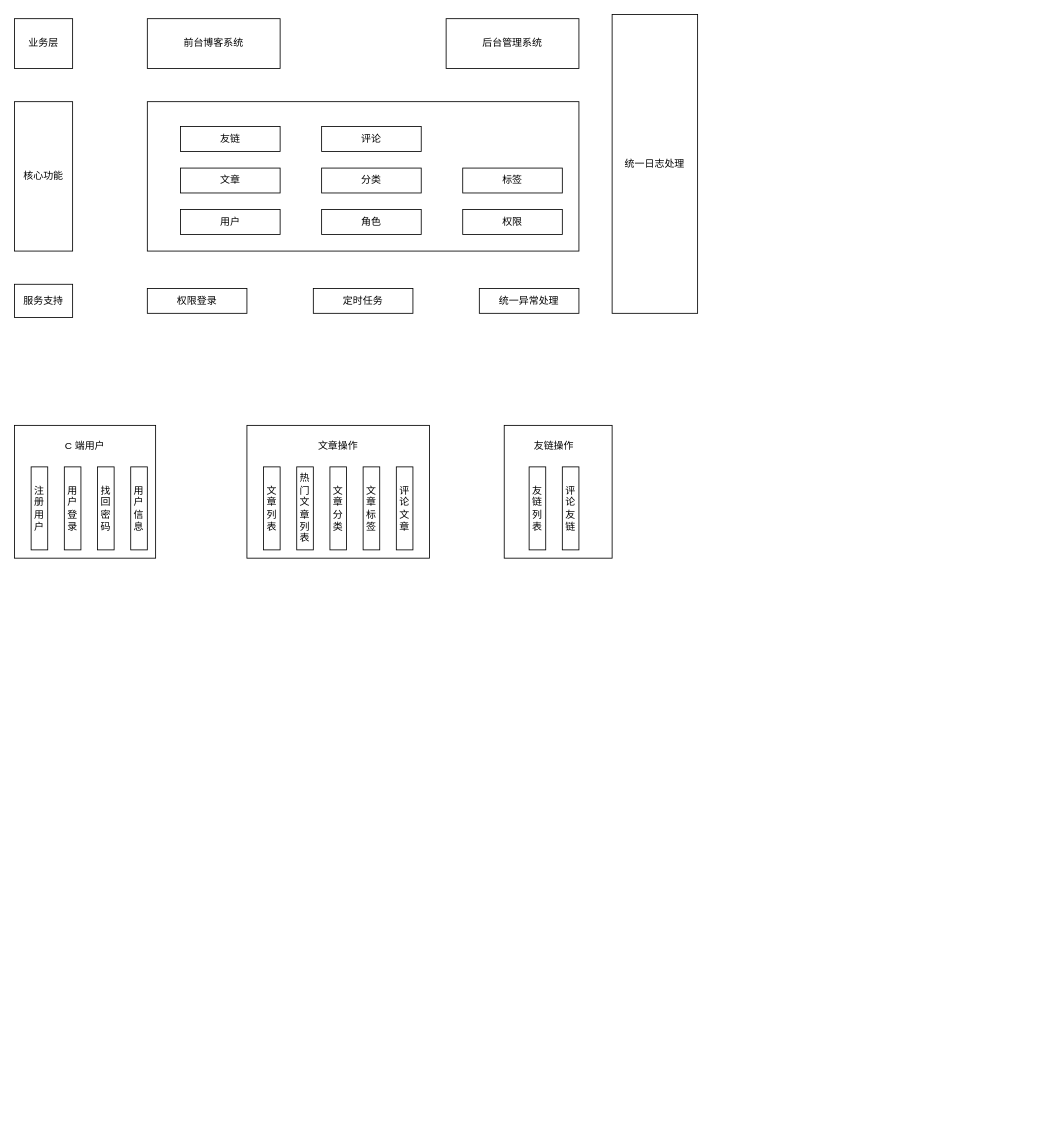
mayating/drawio-files keeps this draw.io diagram as myblog.drawio. Above is the earlier version. Source tidied: cells renumbered, new cells numbered last; positions are measured from the earlier drawing's top-left corner, leaving out a move shared by most shapes. Both pictures are drawn from the tidied source at 83%, with x=0, y=0 at pixel (14, 14).
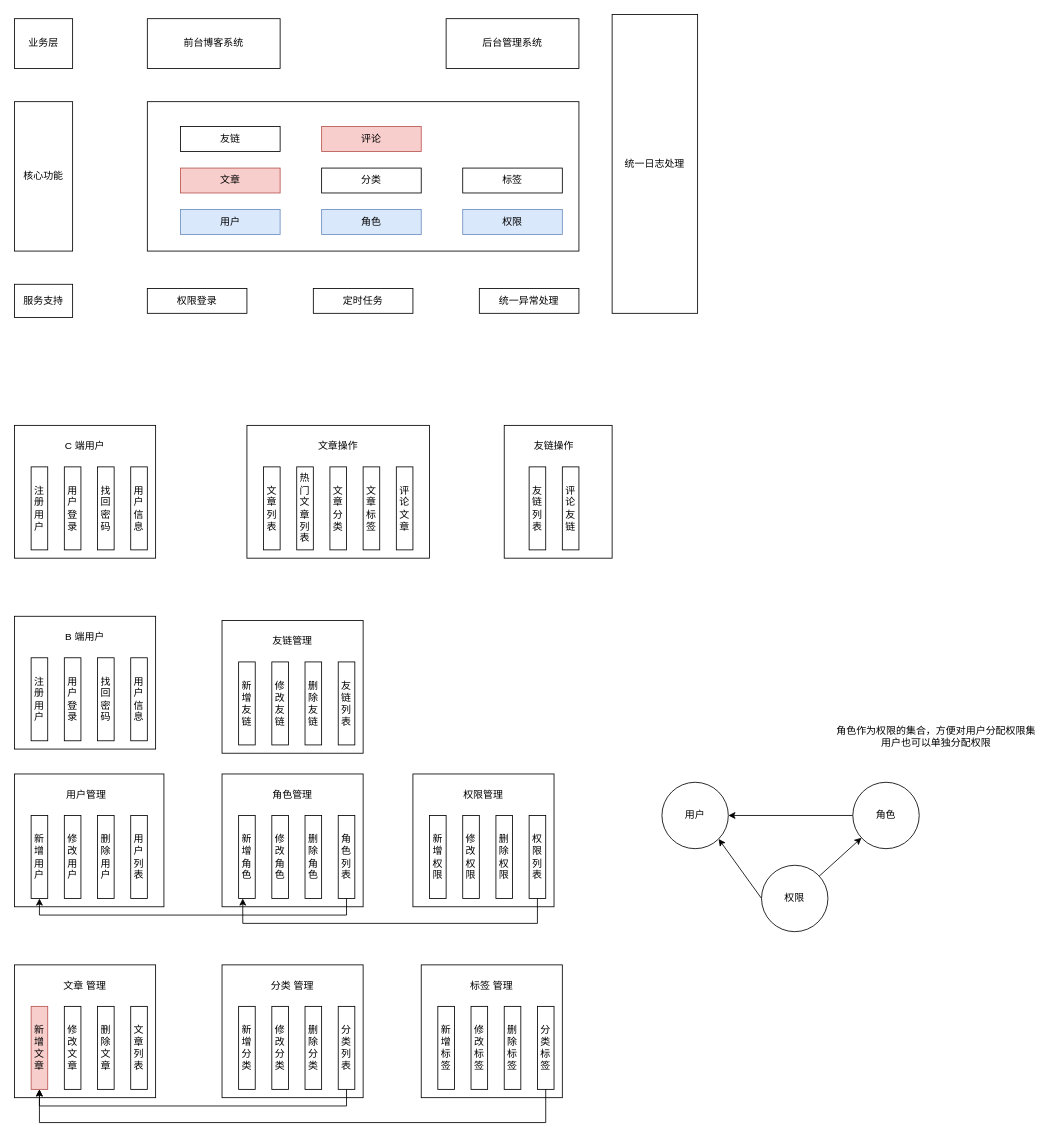
Above is the later version.

Diff of the diagram source:
```diff
@@
-    <mxCell id="6" value="用户" style="rounded=0;whiteSpace=wrap;html=1;" parent="1" vertex="1">
+    <mxCell id="6" value="用户" style="rounded=0;whiteSpace=wrap;html=1;fillColor=#dae8fc;strokeColor=#6c8ebf;" parent="1" vertex="1">
       <mxGeometry x="200" y="235" width="120" height="30" as="geometry" />
     </mxCell>
-    <mxCell id="7" value="角色" style="rounded=0;whiteSpace=wrap;html=1;" parent="1" vertex="1">
+    <mxCell id="7" value="角色" style="rounded=0;whiteSpace=wrap;html=1;fillColor=#dae8fc;strokeColor=#6c8ebf;" parent="1" vertex="1">
       <mxGeometry x="370" y="235" width="120" height="30" as="geometry" />
     </mxCell>
-    <mxCell id="8" value="权限" style="rounded=0;whiteSpace=wrap;html=1;" parent="1" vertex="1">
+    <mxCell id="8" value="权限" style="rounded=0;whiteSpace=wrap;html=1;fillColor=#dae8fc;strokeColor=#6c8ebf;" parent="1" vertex="1">
       <mxGeometry x="540" y="235" width="120" height="30" as="geometry" />
     </mxCell>
-    <mxCell id="9" value="文章" style="rounded=0;whiteSpace=wrap;html=1;" parent="1" vertex="1">
+    <mxCell id="9" value="文章" style="rounded=0;whiteSpace=wrap;html=1;fillColor=#f8cecc;strokeColor=#b85450;" parent="1" vertex="1">
       <mxGeometry x="200" y="185" width="120" height="30" as="geometry" />
     </mxCell>
@@
-    <mxCell id="13" value="评论" style="rounded=0;whiteSpace=wrap;html=1;" parent="1" vertex="1">
+    <mxCell id="13" value="评论" style="rounded=0;whiteSpace=wrap;html=1;fillColor=#f8cecc;strokeColor=#b85450;" parent="1" vertex="1">
       <mxGeometry x="370" y="135" width="120" height="30" as="geometry" />
     </mxCell>
@@
+    <mxCell id="37" style="rounded=0;whiteSpace=wrap;html=1;" parent="1" vertex="1">
+      <mxGeometry y="725" width="170" height="160" as="geometry" />
+    </mxCell>
+    <mxCell id="38" value="注册用户" style="rounded=0;whiteSpace=wrap;html=1;" parent="1" vertex="1">
+      <mxGeometry x="20" y="775" width="20" height="100" as="geometry" />
+    </mxCell>
+    <mxCell id="39" value="用户登录" style="rounded=0;whiteSpace=wrap;html=1;" parent="1" vertex="1">
+      <mxGeometry x="60" y="775" width="20" height="100" as="geometry" />
+    </mxCell>
+    <mxCell id="40" value="找回密码" style="rounded=0;whiteSpace=wrap;html=1;" parent="1" vertex="1">
+      <mxGeometry x="100" y="775" width="20" height="100" as="geometry" />
+    </mxCell>
+    <mxCell id="41" value="用户信息" style="rounded=0;whiteSpace=wrap;html=1;" parent="1" vertex="1">
+      <mxGeometry x="140" y="775" width="20" height="100" as="geometry" />
+    </mxCell>
+    <mxCell id="42" value="B 端用户" style="text;html=1;strokeColor=none;fillColor=none;align=center;verticalAlign=middle;whiteSpace=wrap;rounded=0;" parent="1" vertex="1">
+      <mxGeometry x="55" y="735" width="60" height="30" as="geometry" />
+    </mxCell>
+    <mxCell id="43" style="rounded=0;whiteSpace=wrap;html=1;" parent="1" vertex="1">
+      <mxGeometry y="915" width="180" height="160" as="geometry" />
+    </mxCell>
+    <mxCell id="44" value="新增用户" style="rounded=0;whiteSpace=wrap;html=1;" parent="1" vertex="1">
+      <mxGeometry x="20" y="965" width="20" height="100" as="geometry" />
+    </mxCell>
+    <mxCell id="45" value="修改用户" style="rounded=0;whiteSpace=wrap;html=1;" parent="1" vertex="1">
+      <mxGeometry x="60" y="965" width="20" height="100" as="geometry" />
+    </mxCell>
+    <mxCell id="46" value="删除用户" style="rounded=0;whiteSpace=wrap;html=1;" parent="1" vertex="1">
+      <mxGeometry x="100" y="965" width="20" height="100" as="geometry" />
+    </mxCell>
+    <mxCell id="47" value="用户列表" style="rounded=0;whiteSpace=wrap;html=1;" parent="1" vertex="1">
+      <mxGeometry x="140" y="965" width="20" height="100" as="geometry" />
+    </mxCell>
+    <mxCell id="48" value="&amp;nbsp;用户管理" style="text;html=1;strokeColor=none;fillColor=none;align=center;verticalAlign=middle;whiteSpace=wrap;rounded=0;" parent="1" vertex="1">
+      <mxGeometry x="55" y="925" width="60" height="30" as="geometry" />
+    </mxCell>
+    <mxCell id="49" style="rounded=0;whiteSpace=wrap;html=1;" parent="1" vertex="1">
+      <mxGeometry x="250" y="915" width="170" height="160" as="geometry" />
+    </mxCell>
+    <mxCell id="50" value="新增角色" style="rounded=0;whiteSpace=wrap;html=1;" parent="1" vertex="1">
+      <mxGeometry x="270" y="965" width="20" height="100" as="geometry" />
+    </mxCell>
+    <mxCell id="51" value="修改角色" style="rounded=0;whiteSpace=wrap;html=1;" parent="1" vertex="1">
+      <mxGeometry x="310" y="965" width="20" height="100" as="geometry" />
+    </mxCell>
+    <mxCell id="52" value="删除角色" style="rounded=0;whiteSpace=wrap;html=1;" parent="1" vertex="1">
+      <mxGeometry x="350" y="965" width="20" height="100" as="geometry" />
+    </mxCell>
+    <mxCell id="53" value="角色列表" style="rounded=0;whiteSpace=wrap;html=1;" parent="1" vertex="1">
+      <mxGeometry x="390" y="965" width="20" height="100" as="geometry" />
+    </mxCell>
+    <mxCell id="54" value="角色管理" style="text;html=1;strokeColor=none;fillColor=none;align=center;verticalAlign=middle;whiteSpace=wrap;rounded=0;" parent="1" vertex="1">
+      <mxGeometry x="305" y="925" width="60" height="30" as="geometry" />
+    </mxCell>
+    <mxCell id="55" style="rounded=0;whiteSpace=wrap;html=1;" parent="1" vertex="1">
+      <mxGeometry x="480" y="915" width="170" height="160" as="geometry" />
+    </mxCell>
+    <mxCell id="56" value="新增权限" style="rounded=0;whiteSpace=wrap;html=1;" parent="1" vertex="1">
+      <mxGeometry x="500" y="965" width="20" height="100" as="geometry" />
+    </mxCell>
+    <mxCell id="57" value="修改权限" style="rounded=0;whiteSpace=wrap;html=1;" parent="1" vertex="1">
+      <mxGeometry x="540" y="965" width="20" height="100" as="geometry" />
+    </mxCell>
+    <mxCell id="58" value="删除权限" style="rounded=0;whiteSpace=wrap;html=1;" parent="1" vertex="1">
+      <mxGeometry x="580" y="965" width="20" height="100" as="geometry" />
+    </mxCell>
+    <mxCell id="59" value="权限列表" style="rounded=0;whiteSpace=wrap;html=1;" parent="1" vertex="1">
+      <mxGeometry x="620" y="965" width="20" height="100" as="geometry" />
+    </mxCell>
+    <mxCell id="60" value="权限管理" style="text;html=1;strokeColor=none;fillColor=none;align=center;verticalAlign=middle;whiteSpace=wrap;rounded=0;" parent="1" vertex="1">
+      <mxGeometry x="535" y="925" width="60" height="30" as="geometry" />
+    </mxCell>
+    <mxCell id="61" value="用户" style="ellipse;whiteSpace=wrap;html=1;" parent="1" vertex="1">
+      <mxGeometry x="780" y="925" width="80" height="80" as="geometry" />
+    </mxCell>
+    <mxCell id="62" style="edgeStyle=orthogonalEdgeStyle;rounded=0;jettySize=auto;html=1;exitX=0;exitY=0.5;exitDx=0;exitDy=0;entryX=1;entryY=0.5;entryDx=0;entryDy=0;" parent="1" edge="1" source="63" target="61">
+      <mxGeometry relative="1" as="geometry" />
+    </mxCell>
+    <mxCell id="63" value="角色" style="ellipse;whiteSpace=wrap;html=1;" parent="1" vertex="1">
+      <mxGeometry x="1010" y="925" width="80" height="80" as="geometry" />
+    </mxCell>
+    <mxCell id="64" style="rounded=0;jettySize=auto;html=1;" parent="1" edge="1" source="66" target="63">
+      <mxGeometry relative="1" as="geometry" />
+    </mxCell>
+    <mxCell id="65" style="rounded=0;jettySize=auto;html=1;exitX=0;exitY=0.5;exitDx=0;exitDy=0;entryX=1;entryY=1;entryDx=0;entryDy=0;" parent="1" edge="1" source="66" target="61">
+      <mxGeometry relative="1" as="geometry" />
+    </mxCell>
+    <mxCell id="66" value="权限" style="ellipse;whiteSpace=wrap;html=1;" parent="1" vertex="1">
+      <mxGeometry x="900" y="1025" width="80" height="80" as="geometry" />
+    </mxCell>
+    <mxCell id="67" value="角色作为权限的集合，方便对用户分配权限集&lt;br&gt;用户也可以单独分配权限" style="text;html=1;align=center;verticalAlign=middle;strokeColor=none;fillColor=none;" parent="1" vertex="1">
+      <mxGeometry x="980" y="850" width="260" height="40" as="geometry" />
+    </mxCell>
+    <mxCell id="68" style="rounded=0;whiteSpace=wrap;html=1;" parent="1" vertex="1">
+      <mxGeometry x="250" y="1145" width="170" height="160" as="geometry" />
+    </mxCell>
+    <mxCell id="69" value="新增分类" style="rounded=0;whiteSpace=wrap;html=1;" parent="1" vertex="1">
+      <mxGeometry x="270" y="1195" width="20" height="100" as="geometry" />
+    </mxCell>
+    <mxCell id="70" value="修改分类" style="rounded=0;whiteSpace=wrap;html=1;" parent="1" vertex="1">
+      <mxGeometry x="310" y="1195" width="20" height="100" as="geometry" />
+    </mxCell>
+    <mxCell id="71" value="删除分类" style="rounded=0;whiteSpace=wrap;html=1;" parent="1" vertex="1">
+      <mxGeometry x="350" y="1195" width="20" height="100" as="geometry" />
+    </mxCell>
+    <mxCell id="72" value="分类列表" style="rounded=0;whiteSpace=wrap;html=1;" parent="1" vertex="1">
+      <mxGeometry x="390" y="1195" width="20" height="100" as="geometry" />
+    </mxCell>
+    <mxCell id="73" value="分类 管理" style="text;html=1;strokeColor=none;fillColor=none;align=center;verticalAlign=middle;whiteSpace=wrap;rounded=0;" parent="1" vertex="1">
+      <mxGeometry x="305" y="1155" width="60" height="30" as="geometry" />
+    </mxCell>
+    <mxCell id="74" style="rounded=0;whiteSpace=wrap;html=1;" parent="1" vertex="1">
+      <mxGeometry x="490" y="1145" width="170" height="160" as="geometry" />
+    </mxCell>
+    <mxCell id="75" value="新增标签" style="rounded=0;whiteSpace=wrap;html=1;" parent="1" vertex="1">
+      <mxGeometry x="510" y="1195" width="20" height="100" as="geometry" />
+    </mxCell>
+    <mxCell id="76" value="修改标签" style="rounded=0;whiteSpace=wrap;html=1;" parent="1" vertex="1">
+      <mxGeometry x="550" y="1195" width="20" height="100" as="geometry" />
+    </mxCell>
+    <mxCell id="77" value="删除标签" style="rounded=0;whiteSpace=wrap;html=1;" parent="1" vertex="1">
+      <mxGeometry x="590" y="1195" width="20" height="100" as="geometry" />
+    </mxCell>
+    <mxCell id="78" value="分类标签" style="rounded=0;whiteSpace=wrap;html=1;" parent="1" vertex="1">
+      <mxGeometry x="630" y="1195" width="20" height="100" as="geometry" />
+    </mxCell>
+    <mxCell id="79" value="标签 管理" style="text;html=1;strokeColor=none;fillColor=none;align=center;verticalAlign=middle;whiteSpace=wrap;rounded=0;" parent="1" vertex="1">
+      <mxGeometry x="545" y="1155" width="60" height="30" as="geometry" />
+    </mxCell>
+    <mxCell id="80" style="rounded=0;whiteSpace=wrap;html=1;" parent="1" vertex="1">
+      <mxGeometry y="1145" width="170" height="160" as="geometry" />
+    </mxCell>
+    <mxCell id="81" value="新增文章" style="rounded=0;whiteSpace=wrap;html=1;fillColor=#f8cecc;strokeColor=#b85450;" parent="1" vertex="1">
+      <mxGeometry x="20" y="1195" width="20" height="100" as="geometry" />
+    </mxCell>
+    <mxCell id="82" value="修改文章" style="rounded=0;whiteSpace=wrap;html=1;" parent="1" vertex="1">
+      <mxGeometry x="60" y="1195" width="20" height="100" as="geometry" />
+    </mxCell>
+    <mxCell id="83" value="删除文章" style="rounded=0;whiteSpace=wrap;html=1;" parent="1" vertex="1">
+      <mxGeometry x="100" y="1195" width="20" height="100" as="geometry" />
+    </mxCell>
+    <mxCell id="84" value="文章列表" style="rounded=0;whiteSpace=wrap;html=1;" parent="1" vertex="1">
+      <mxGeometry x="140" y="1195" width="20" height="100" as="geometry" />
+    </mxCell>
+    <mxCell id="85" value="文章 管理" style="text;html=1;strokeColor=none;fillColor=none;align=center;verticalAlign=middle;whiteSpace=wrap;rounded=0;" parent="1" vertex="1">
+      <mxGeometry x="55" y="1155" width="60" height="30" as="geometry" />
+    </mxCell>
+    <mxCell id="86" style="edgeStyle=orthogonalEdgeStyle;rounded=0;jettySize=auto;html=1;entryX=0.5;entryY=1;entryDx=0;entryDy=0;" parent="1" edge="1" source="53" target="44">
+      <mxGeometry relative="1" as="geometry">
+        <Array as="points">
+          <mxPoint x="400" y="1085" />
+          <mxPoint x="30" y="1085" />
+        </Array>
+      </mxGeometry>
+    </mxCell>
+    <mxCell id="87" style="edgeStyle=orthogonalEdgeStyle;rounded=0;jettySize=auto;html=1;entryX=0.25;entryY=1;entryDx=0;entryDy=0;" parent="1" edge="1" source="59" target="50">
+      <mxGeometry relative="1" as="geometry">
+        <Array as="points">
+          <mxPoint x="630" y="1095" />
+          <mxPoint x="275" y="1095" />
+        </Array>
+      </mxGeometry>
+    </mxCell>
+    <mxCell id="88" style="edgeStyle=orthogonalEdgeStyle;rounded=0;jettySize=auto;html=1;entryX=0.5;entryY=1;entryDx=0;entryDy=0;" parent="1" edge="1" source="72" target="81">
+      <mxGeometry relative="1" as="geometry">
+        <Array as="points">
+          <mxPoint x="400" y="1315" />
+          <mxPoint x="30" y="1315" />
+        </Array>
+      </mxGeometry>
+    </mxCell>
+    <mxCell id="89" style="edgeStyle=orthogonalEdgeStyle;rounded=0;jettySize=auto;html=1;entryX=0.5;entryY=1;entryDx=0;entryDy=0;" parent="1" edge="1" source="78" target="81">
+      <mxGeometry relative="1" as="geometry">
+        <Array as="points">
+          <mxPoint x="640" y="1335" />
+          <mxPoint x="30" y="1335" />
+        </Array>
+      </mxGeometry>
+    </mxCell>
+    <mxCell id="90" style="rounded=0;whiteSpace=wrap;html=1;" parent="1" vertex="1">
+      <mxGeometry x="250" y="730" width="170" height="160" as="geometry" />
+    </mxCell>
+    <mxCell id="91" value="新增友链" style="rounded=0;whiteSpace=wrap;html=1;" parent="1" vertex="1">
+      <mxGeometry x="270" y="780" width="20" height="100" as="geometry" />
+    </mxCell>
+    <mxCell id="92" value="修改友链" style="rounded=0;whiteSpace=wrap;html=1;" parent="1" vertex="1">
+      <mxGeometry x="310" y="780" width="20" height="100" as="geometry" />
+    </mxCell>
+    <mxCell id="93" value="删除友链" style="rounded=0;whiteSpace=wrap;html=1;" parent="1" vertex="1">
+      <mxGeometry x="350" y="780" width="20" height="100" as="geometry" />
+    </mxCell>
+    <mxCell id="94" value="友链列表" style="rounded=0;whiteSpace=wrap;html=1;" parent="1" vertex="1">
+      <mxGeometry x="390" y="780" width="20" height="100" as="geometry" />
+    </mxCell>
+    <mxCell id="95" value="友链管理" style="text;html=1;strokeColor=none;fillColor=none;align=center;verticalAlign=middle;whiteSpace=wrap;rounded=0;" parent="1" vertex="1">
+      <mxGeometry x="305" y="740" width="60" height="30" as="geometry" />
+    </mxCell>
```
